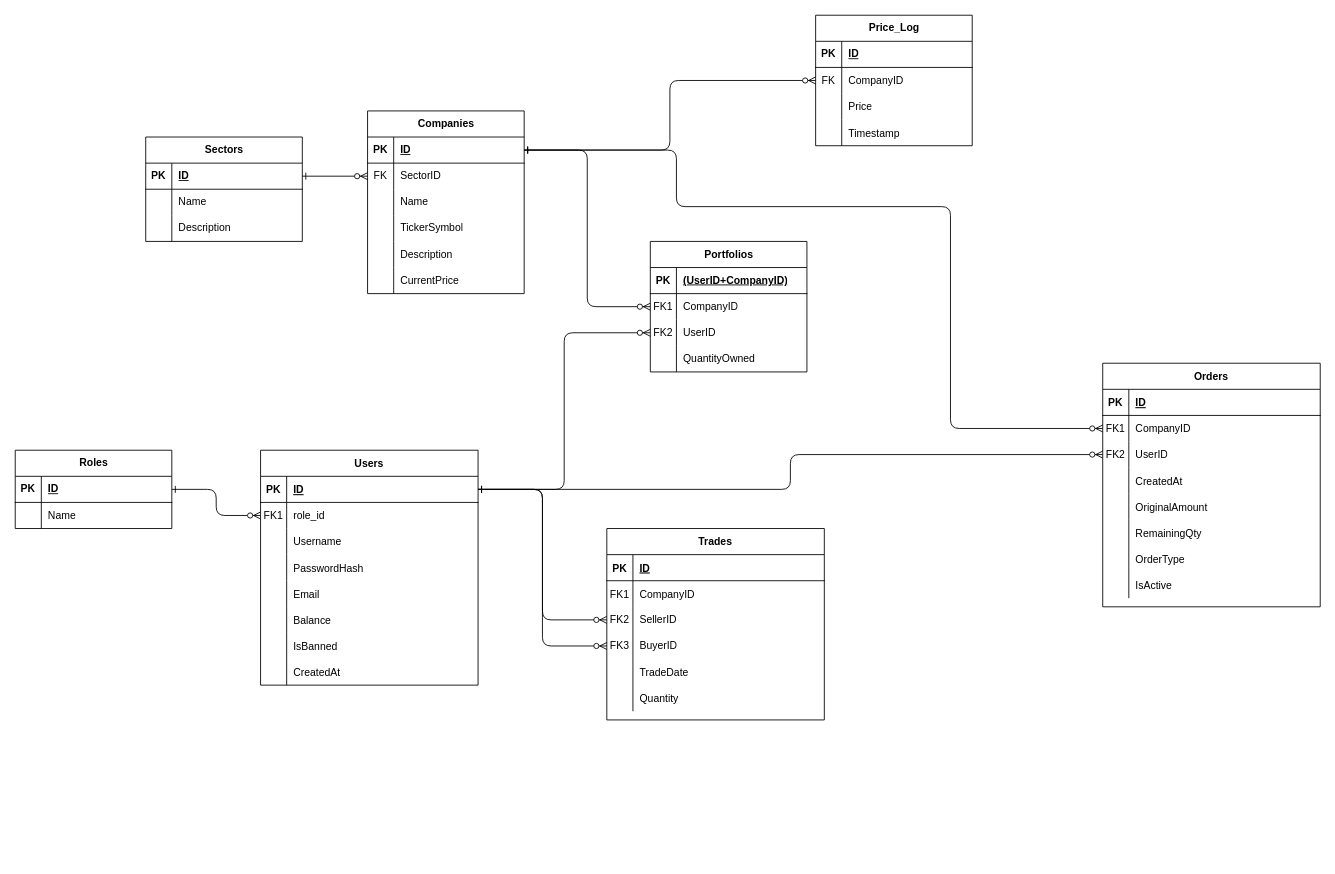
Before: Docs/Diagrams/ER-noDividens.drawio in ksayron/StockLab, a draw.io diagram. Source tidied: cells renumbered, new cells numbered last; positions are measured from the earlier drawing's top-left corner, leaving out a move shared by most shapes. Both pictures are drawn from the tidied source at 87%, with x=0, y=0 at pixel (15, 15).
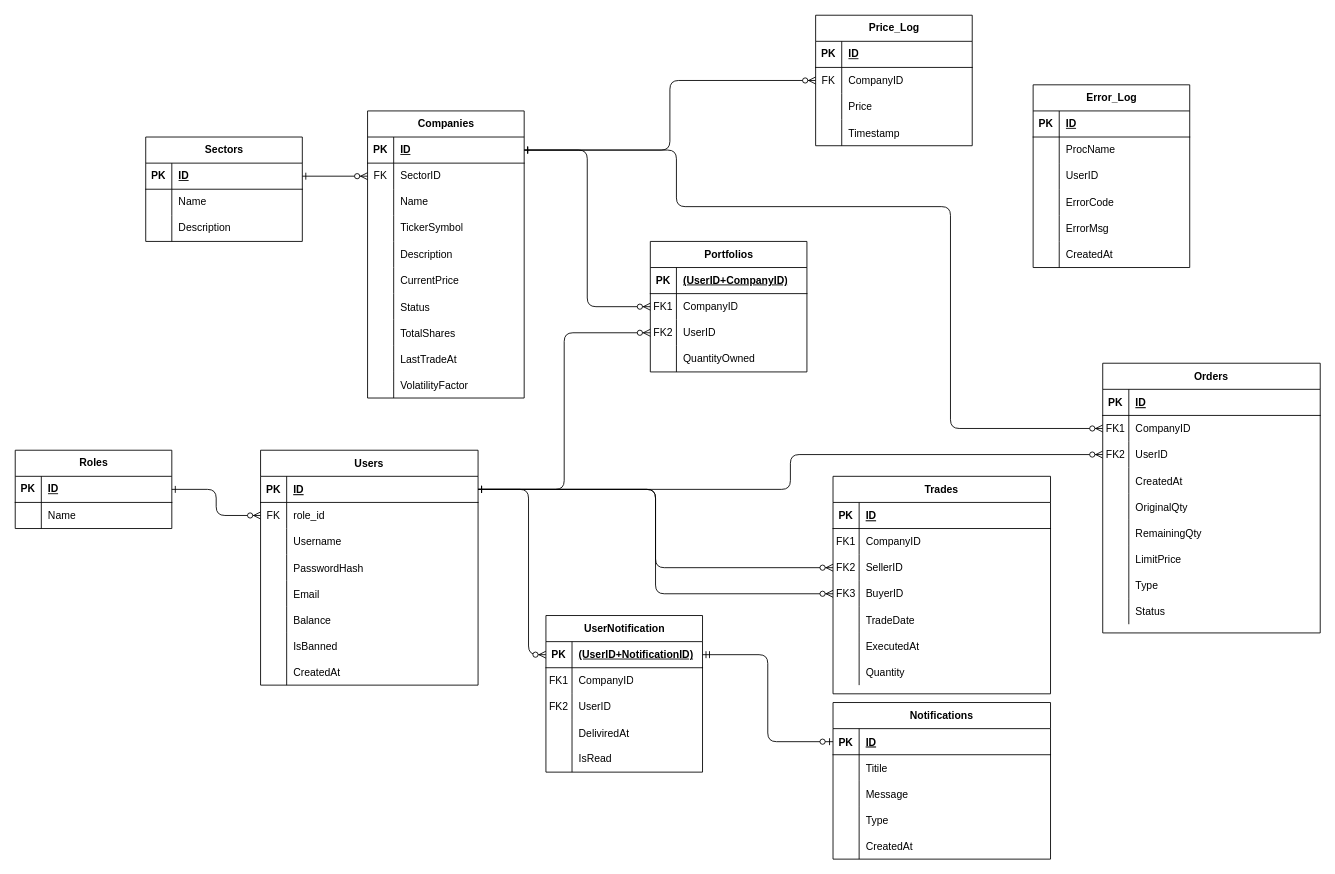
After the change.

Unchanged cells that the change refers to:
```xml
<mxCell id="16" style="shape=tableRow;horizontal=0;startSize=0;swimlaneHead=0;swimlaneBody=0;fillColor=none;top=0;left=0;right=0;bottom=0;" parent="3" vertex="1">
  <mxGeometry y="150" width="250" height="30" as="geometry" />
</mxCell>
<mxCell id="48" style="shape=partialRectangle;fillColor=none;points=[[0,0.5],[1,0.5]];portConstraint=eastwest;top=0;left=0;right=0;bottom=1;" parent="47" vertex="1">
  <mxGeometry y="30" width="250" height="30" as="geometry" />
</mxCell>
<mxCell id="51" style="shape=partialRectangle;fillColor=none;points=[[0,0.5],[1,0.5]];portConstraint=eastwest;top=0;left=0;right=0;bottom=0;" parent="47" vertex="1">
  <mxGeometry y="60" width="250" height="30" as="geometry" />
</mxCell>
```

The edit, as a diff of the source:
```diff
@@
     <mxCell id="3" value="Orders" style="shape=table;startSize=30;childLayout=tableLayout;rowLines=0;fontStyle=1;align=center;" parent="1" vertex="1">
-      <mxGeometry x="1250" y="400" width="250" height="280" as="geometry" />
+      <mxGeometry x="1250" y="400" width="250" height="310" as="geometry" />
     </mxCell>
@@
-    <mxCell id="18" value="OriginalAmount" style="shape=partialRectangle;fillColor=none;top=0;left=0;bottom=0;right=0;align=left;spacingLeft=6;overflow=hidden;" parent="16" vertex="1">
+    <mxCell id="18" value="OriginalQty" style="shape=partialRectangle;fillColor=none;top=0;left=0;bottom=0;right=0;align=left;spacingLeft=6;overflow=hidden;" parent="16" vertex="1">
       <mxGeometry x="30" width="220" height="30" as="geometry" />
     </mxCell>
@@
+    <mxCell id="142" style="shape=tableRow;horizontal=0;startSize=0;swimlaneHead=0;swimlaneBody=0;fillColor=none;top=0;left=0;right=0;bottom=0;" parent="3" vertex="1">
+      <mxGeometry y="210" width="250" height="30" as="geometry" />
+    </mxCell>
+    <mxCell id="143" style="shape=partialRectangle;fillColor=none;top=0;left=0;bottom=0;right=0;overflow=hidden;" parent="142" vertex="1">
+      <mxGeometry width="30" height="30" as="geometry" />
+    </mxCell>
+    <mxCell id="144" value="LimitPrice" style="shape=partialRectangle;fillColor=none;top=0;left=0;bottom=0;right=0;align=left;spacingLeft=6;overflow=hidden;" parent="142" vertex="1">
+      <mxGeometry x="30" width="220" height="30" as="geometry" />
+    </mxCell>
     <mxCell id="22" style="shape=tableRow;horizontal=0;startSize=0;swimlaneHead=0;swimlaneBody=0;fillColor=none;top=0;left=0;right=0;bottom=0;" parent="3" vertex="1">
-      <mxGeometry y="210" width="250" height="30" as="geometry" />
+      <mxGeometry y="240" width="250" height="30" as="geometry" />
     </mxCell>
@@
-    <mxCell id="24" value="OrderType" style="shape=partialRectangle;fillColor=none;top=0;left=0;bottom=0;right=0;align=left;spacingLeft=6;overflow=hidden;" parent="22" vertex="1">
+    <mxCell id="24" value="Type" style="shape=partialRectangle;fillColor=none;top=0;left=0;bottom=0;right=0;align=left;spacingLeft=6;overflow=hidden;" parent="22" vertex="1">
       <mxGeometry x="30" width="220" height="30" as="geometry" />
     </mxCell>
     <mxCell id="25" style="shape=tableRow;horizontal=0;startSize=0;swimlaneHead=0;swimlaneBody=0;fillColor=none;top=0;left=0;right=0;bottom=0;" parent="3" vertex="1">
-      <mxGeometry y="240" width="250" height="30" as="geometry" />
+      <mxGeometry y="270" width="250" height="30" as="geometry" />
     </mxCell>
@@
-    <mxCell id="27" value="IsActive" style="shape=partialRectangle;fillColor=none;top=0;left=0;bottom=0;right=0;align=left;spacingLeft=6;overflow=hidden;" parent="25" vertex="1">
+    <mxCell id="27" value="Status" style="shape=partialRectangle;fillColor=none;top=0;left=0;bottom=0;right=0;align=left;spacingLeft=6;overflow=hidden;" parent="25" vertex="1">
       <mxGeometry x="30" width="220" height="30" as="geometry" />
     </mxCell>
     <mxCell id="28" value="Trades" style="shape=table;startSize=30;childLayout=tableLayout;rowLines=0;fontStyle=1;align=center;" parent="1" vertex="1">
-      <mxGeometry x="680" y="590" width="250" height="220" as="geometry" />
+      <mxGeometry x="940" y="530" width="250" height="250" as="geometry" />
     </mxCell>
@@
+    <mxCell id="145" style="shape=tableRow;horizontal=0;startSize=0;swimlaneHead=0;swimlaneBody=0;fillColor=none;top=0;left=0;right=0;bottom=0;" parent="28" vertex="1">
+      <mxGeometry y="180" width="250" height="30" as="geometry" />
+    </mxCell>
+    <mxCell id="146" style="shape=partialRectangle;fillColor=none;top=0;left=0;bottom=0;right=0;overflow=hidden;" parent="145" vertex="1">
+      <mxGeometry width="30" height="30" as="geometry" />
+    </mxCell>
+    <mxCell id="147" value="ExecutedAt" style="shape=partialRectangle;fillColor=none;top=0;left=0;bottom=0;right=0;align=left;spacingLeft=6;overflow=hidden;" parent="145" vertex="1">
+      <mxGeometry x="30" width="220" height="30" as="geometry" />
+    </mxCell>
     <mxCell id="44" style="shape=tableRow;horizontal=0;startSize=0;swimlaneHead=0;swimlaneBody=0;fillColor=none;top=0;left=0;right=0;bottom=0;" parent="28" vertex="1">
-      <mxGeometry y="180" width="250" height="30" as="geometry" />
+      <mxGeometry y="210" width="250" height="30" as="geometry" />
     </mxCell>
@@
-    <mxCell id="52" value="FK1" style="shape=partialRectangle;overflow=hidden;fillColor=none;top=0;left=0;bottom=0;right=0;" parent="51" vertex="1">
+    <mxCell id="52" value="FK" style="shape=partialRectangle;overflow=hidden;fillColor=none;top=0;left=0;bottom=0;right=0;" parent="51" vertex="1">
       <mxGeometry width="30" height="30" as="geometry" />
     </mxCell>
@@
     <mxCell id="80" value="Companies" style="shape=table;startSize=30;childLayout=tableLayout;rowLines=0;fontStyle=1;align=center;html=1;" parent="1" vertex="1">
-      <mxGeometry x="405" y="110" width="180" height="210" as="geometry" />
+      <mxGeometry x="405" y="110" width="180" height="330" as="geometry" />
     </mxCell>
@@
+    <mxCell id="148" style="shape=tableRow;horizontal=0;startSize=0;swimlaneHead=0;swimlaneBody=0;fillColor=none;top=0;left=0;right=0;bottom=0;" parent="80" vertex="1">
+      <mxGeometry y="210" width="180" height="30" as="geometry" />
+    </mxCell>
+    <mxCell id="149" style="shape=partialRectangle;fillColor=none;top=0;left=0;bottom=0;right=0;overflow=hidden;" parent="148" vertex="1">
+      <mxGeometry width="30" height="30" as="geometry" />
+    </mxCell>
+    <mxCell id="150" value="Status" style="shape=partialRectangle;fillColor=none;top=0;left=0;bottom=0;right=0;align=left;spacingLeft=6;overflow=hidden;" parent="148" vertex="1">
+      <mxGeometry x="30" width="150" height="30" as="geometry" />
+    </mxCell>
+    <mxCell id="151" style="shape=tableRow;horizontal=0;startSize=0;swimlaneHead=0;swimlaneBody=0;fillColor=none;top=0;left=0;right=0;bottom=0;" parent="80" vertex="1">
+      <mxGeometry y="240" width="180" height="30" as="geometry" />
+    </mxCell>
+    <mxCell id="152" style="shape=partialRectangle;fillColor=none;top=0;left=0;bottom=0;right=0;overflow=hidden;" parent="151" vertex="1">
+      <mxGeometry width="30" height="30" as="geometry" />
+    </mxCell>
+    <mxCell id="153" value="TotalShares" style="shape=partialRectangle;fillColor=none;top=0;left=0;bottom=0;right=0;align=left;spacingLeft=6;overflow=hidden;" parent="151" vertex="1">
+      <mxGeometry x="30" width="150" height="30" as="geometry" />
+    </mxCell>
+    <mxCell id="154" style="shape=tableRow;horizontal=0;startSize=0;swimlaneHead=0;swimlaneBody=0;fillColor=none;top=0;left=0;right=0;bottom=0;" parent="80" vertex="1">
+      <mxGeometry y="270" width="180" height="30" as="geometry" />
+    </mxCell>
+    <mxCell id="155" style="shape=partialRectangle;fillColor=none;top=0;left=0;bottom=0;right=0;overflow=hidden;" parent="154" vertex="1">
+      <mxGeometry width="30" height="30" as="geometry" />
+    </mxCell>
+    <mxCell id="156" value="LastTradeAt" style="shape=partialRectangle;fillColor=none;top=0;left=0;bottom=0;right=0;align=left;spacingLeft=6;overflow=hidden;" parent="154" vertex="1">
+      <mxGeometry x="30" width="150" height="30" as="geometry" />
+    </mxCell>
+    <mxCell id="157" style="shape=tableRow;horizontal=0;startSize=0;swimlaneHead=0;swimlaneBody=0;fillColor=none;top=0;left=0;right=0;bottom=0;" parent="80" vertex="1">
+      <mxGeometry y="300" width="180" height="30" as="geometry" />
+    </mxCell>
+    <mxCell id="158" style="shape=partialRectangle;fillColor=none;top=0;left=0;bottom=0;right=0;overflow=hidden;" parent="157" vertex="1">
+      <mxGeometry width="30" height="30" as="geometry" />
+    </mxCell>
+    <mxCell id="159" value="VolatilityFactor" style="shape=partialRectangle;fillColor=none;top=0;left=0;bottom=0;right=0;align=left;spacingLeft=6;overflow=hidden;" parent="157" vertex="1">
+      <mxGeometry x="30" width="150" height="30" as="geometry" />
+    </mxCell>
@@
+    <mxCell id="160" value="Error_Log" style="shape=table;startSize=30;childLayout=tableLayout;rowLines=0;fontStyle=1;align=center;html=1;" parent="1" vertex="1">
+      <mxGeometry x="1170" y="80" width="180" height="210" as="geometry" />
+    </mxCell>
+    <mxCell id="161" style="shape=tableRow;horizontal=0;startSize=0;swimlaneHead=0;swimlaneBody=0;fillColor=none;top=0;left=0;right=0;bottom=1;" parent="160" vertex="1">
+      <mxGeometry y="30" width="180" height="30" as="geometry" />
+    </mxCell>
+    <mxCell id="162" value="PK" style="shape=partialRectangle;fillColor=none;top=0;left=0;bottom=0;right=0;fontStyle=1;overflow=hidden;whiteSpace=wrap;html=1;" parent="161" vertex="1">
+      <mxGeometry width="30" height="30" as="geometry" />
+    </mxCell>
+    <mxCell id="163" value="ID" style="shape=partialRectangle;fillColor=none;top=0;left=0;bottom=0;right=0;align=left;spacingLeft=6;fontStyle=5;overflow=hidden;whiteSpace=wrap;html=1;" parent="161" vertex="1">
+      <mxGeometry x="30" width="150" height="30" as="geometry" />
+    </mxCell>
+    <mxCell id="164" style="shape=tableRow;horizontal=0;startSize=0;swimlaneHead=0;swimlaneBody=0;fillColor=none;top=0;left=0;right=0;bottom=0;" parent="160" vertex="1">
+      <mxGeometry y="60" width="180" height="30" as="geometry" />
+    </mxCell>
+    <mxCell id="165" style="shape=partialRectangle;fillColor=none;top=0;left=0;bottom=0;right=0;overflow=hidden;whiteSpace=wrap;html=1;" parent="164" vertex="1">
+      <mxGeometry width="30" height="30" as="geometry" />
+    </mxCell>
+    <mxCell id="166" value="ProcName" style="shape=partialRectangle;fillColor=none;top=0;left=0;bottom=0;right=0;align=left;spacingLeft=6;overflow=hidden;whiteSpace=wrap;html=1;" parent="164" vertex="1">
+      <mxGeometry x="30" width="150" height="30" as="geometry" />
+    </mxCell>
+    <mxCell id="167" style="shape=tableRow;horizontal=0;startSize=0;swimlaneHead=0;swimlaneBody=0;fillColor=none;top=0;left=0;right=0;bottom=0;" parent="160" vertex="1">
+      <mxGeometry y="90" width="180" height="30" as="geometry" />
+    </mxCell>
+    <mxCell id="168" style="shape=partialRectangle;fillColor=none;top=0;left=0;bottom=0;right=0;overflow=hidden;whiteSpace=wrap;html=1;" parent="167" vertex="1">
+      <mxGeometry width="30" height="30" as="geometry" />
+    </mxCell>
+    <mxCell id="169" value="UserID" style="shape=partialRectangle;fillColor=none;top=0;left=0;bottom=0;right=0;align=left;spacingLeft=6;overflow=hidden;whiteSpace=wrap;html=1;" parent="167" vertex="1">
+      <mxGeometry x="30" width="150" height="30" as="geometry" />
+    </mxCell>
+    <mxCell id="170" style="shape=tableRow;horizontal=0;startSize=0;swimlaneHead=0;swimlaneBody=0;fillColor=none;top=0;left=0;right=0;bottom=0;" parent="160" vertex="1">
+      <mxGeometry y="120" width="180" height="30" as="geometry" />
+    </mxCell>
+    <mxCell id="171" style="shape=partialRectangle;fillColor=none;top=0;left=0;bottom=0;right=0;overflow=hidden;" parent="170" vertex="1">
+      <mxGeometry width="30" height="30" as="geometry" />
+    </mxCell>
+    <mxCell id="172" value="ErrorCode" style="shape=partialRectangle;fillColor=none;top=0;left=0;bottom=0;right=0;align=left;spacingLeft=6;overflow=hidden;" parent="170" vertex="1">
+      <mxGeometry x="30" width="150" height="30" as="geometry" />
+    </mxCell>
+    <mxCell id="173" style="shape=tableRow;horizontal=0;startSize=0;swimlaneHead=0;swimlaneBody=0;fillColor=none;top=0;left=0;right=0;bottom=0;" parent="160" vertex="1">
+      <mxGeometry y="150" width="180" height="30" as="geometry" />
+    </mxCell>
+    <mxCell id="174" style="shape=partialRectangle;fillColor=none;top=0;left=0;bottom=0;right=0;overflow=hidden;" parent="173" vertex="1">
+      <mxGeometry width="30" height="30" as="geometry" />
+    </mxCell>
+    <mxCell id="175" value="ErrorMsg" style="shape=partialRectangle;fillColor=none;top=0;left=0;bottom=0;right=0;align=left;spacingLeft=6;overflow=hidden;" parent="173" vertex="1">
+      <mxGeometry x="30" width="150" height="30" as="geometry" />
+    </mxCell>
+    <mxCell id="176" style="shape=tableRow;horizontal=0;startSize=0;swimlaneHead=0;swimlaneBody=0;fillColor=none;top=0;left=0;right=0;bottom=0;" parent="160" vertex="1">
+      <mxGeometry y="180" width="180" height="30" as="geometry" />
+    </mxCell>
+    <mxCell id="177" style="shape=partialRectangle;fillColor=none;top=0;left=0;bottom=0;right=0;overflow=hidden;" parent="176" vertex="1">
+      <mxGeometry width="30" height="30" as="geometry" />
+    </mxCell>
+    <mxCell id="178" value="CreatedAt" style="shape=partialRectangle;fillColor=none;top=0;left=0;bottom=0;right=0;align=left;spacingLeft=6;overflow=hidden;" parent="176" vertex="1">
+      <mxGeometry x="30" width="150" height="30" as="geometry" />
+    </mxCell>
+    <mxCell id="179" value="Notifications" style="shape=table;startSize=30;childLayout=tableLayout;rowLines=0;fontStyle=1;align=center;" parent="1" vertex="1">
+      <mxGeometry x="940" y="790" width="250" height="180" as="geometry" />
+    </mxCell>
+    <mxCell id="180" style="shape=partialRectangle;fillColor=none;points=[[0,0.5],[1,0.5]];portConstraint=eastwest;top=0;left=0;right=0;bottom=1;" parent="179" vertex="1">
+      <mxGeometry y="30" width="250" height="30" as="geometry" />
+    </mxCell>
+    <mxCell id="181" value="PK" style="shape=partialRectangle;overflow=hidden;fillColor=none;top=0;left=0;bottom=0;right=0;fontStyle=1;" parent="180" vertex="1">
+      <mxGeometry width="30" height="30" as="geometry" />
+    </mxCell>
+    <mxCell id="182" value="ID" style="shape=partialRectangle;overflow=hidden;fillColor=none;top=0;left=0;bottom=0;right=0;align=left;spacingLeft=6;fontStyle=5;" parent="180" vertex="1">
+      <mxGeometry x="30" width="220" height="30" as="geometry" />
+    </mxCell>
+    <mxCell id="183" style="shape=partialRectangle;fillColor=none;top=0;left=0;right=0;bottom=0;" parent="179" vertex="1">
+      <mxGeometry y="60" width="250" height="30" as="geometry" />
+    </mxCell>
+    <mxCell id="184" style="shape=partialRectangle;overflow=hidden;fillColor=none;top=0;left=0;bottom=0;right=0;" parent="183" vertex="1">
+      <mxGeometry width="30" height="30" as="geometry" />
+    </mxCell>
+    <mxCell id="185" value="Titile" style="shape=partialRectangle;overflow=hidden;fillColor=none;top=0;left=0;bottom=0;right=0;align=left;spacingLeft=6;" parent="183" vertex="1">
+      <mxGeometry x="30" width="220" height="30" as="geometry" />
+    </mxCell>
+    <mxCell id="186" style="shape=partialRectangle;fillColor=none;top=0;left=0;right=0;bottom=0;" parent="179" vertex="1">
+      <mxGeometry y="90" width="250" height="30" as="geometry" />
+    </mxCell>
+    <mxCell id="187" style="shape=partialRectangle;overflow=hidden;fillColor=none;top=0;left=0;bottom=0;right=0;" parent="186" vertex="1">
+      <mxGeometry width="30" height="30" as="geometry" />
+    </mxCell>
+    <mxCell id="188" value="Message" style="shape=partialRectangle;overflow=hidden;fillColor=none;top=0;left=0;bottom=0;right=0;align=left;spacingLeft=6;" parent="186" vertex="1">
+      <mxGeometry x="30" width="220" height="30" as="geometry" />
+    </mxCell>
+    <mxCell id="189" style="shape=partialRectangle;fillColor=none;top=0;left=0;right=0;bottom=0;" parent="179" vertex="1">
+      <mxGeometry y="120" width="250" height="30" as="geometry" />
+    </mxCell>
+    <mxCell id="190" style="shape=partialRectangle;overflow=hidden;fillColor=none;top=0;left=0;bottom=0;right=0;" parent="189" vertex="1">
+      <mxGeometry width="30" height="30" as="geometry" />
+    </mxCell>
+    <mxCell id="191" value="Type" style="shape=partialRectangle;overflow=hidden;fillColor=none;top=0;left=0;bottom=0;right=0;align=left;spacingLeft=6;" parent="189" vertex="1">
+      <mxGeometry x="30" width="220" height="30" as="geometry" />
+    </mxCell>
+    <mxCell id="192" style="shape=partialRectangle;fillColor=none;top=0;left=0;right=0;bottom=0;" parent="179" vertex="1">
+      <mxGeometry y="150" width="250" height="30" as="geometry" />
+    </mxCell>
+    <mxCell id="193" style="shape=partialRectangle;overflow=hidden;fillColor=none;top=0;left=0;bottom=0;right=0;" parent="192" vertex="1">
+      <mxGeometry width="30" height="30" as="geometry" />
+    </mxCell>
+    <mxCell id="194" value="CreatedAt" style="shape=partialRectangle;overflow=hidden;fillColor=none;top=0;left=0;bottom=0;right=0;align=left;spacingLeft=6;" parent="192" vertex="1">
+      <mxGeometry x="30" width="220" height="30" as="geometry" />
+    </mxCell>
+    <mxCell id="195" value="UserNotification" style="shape=table;startSize=30;childLayout=tableLayout;rowLines=0;fontStyle=1;align=center;html=1;" parent="1" vertex="1">
+      <mxGeometry x="610" y="690" width="180" height="180" as="geometry" />
+    </mxCell>
+    <mxCell id="196" style="shape=tableRow;horizontal=0;startSize=0;swimlaneHead=0;swimlaneBody=0;fillColor=none;points=[[0,0.5],[1,0.5]];portConstraint=eastwest;top=0;left=0;right=0;bottom=1;" parent="195" vertex="1">
+      <mxGeometry y="30" width="180" height="30" as="geometry" />
+    </mxCell>
+    <mxCell id="197" value="PK" style="shape=partialRectangle;fillColor=none;top=0;left=0;bottom=0;right=0;fontStyle=1;overflow=hidden;whiteSpace=wrap;html=1;" parent="196" vertex="1">
+      <mxGeometry width="30" height="30" as="geometry" />
+    </mxCell>
+    <mxCell id="198" value="(UserID+NotificationID)" style="shape=partialRectangle;fillColor=none;top=0;left=0;bottom=0;right=0;align=left;spacingLeft=6;fontStyle=5;overflow=hidden;whiteSpace=wrap;html=1;" parent="196" vertex="1">
+      <mxGeometry x="30" width="150" height="30" as="geometry" />
+    </mxCell>
+    <mxCell id="199" style="shape=tableRow;horizontal=0;startSize=0;swimlaneHead=0;swimlaneBody=0;fillColor=none;top=0;left=0;right=0;bottom=0;" parent="195" vertex="1">
+      <mxGeometry y="60" width="180" height="30" as="geometry" />
+    </mxCell>
+    <mxCell id="200" value="FK1" style="shape=partialRectangle;fillColor=none;top=0;left=0;bottom=0;right=0;fontStyle=0;overflow=hidden;whiteSpace=wrap;html=1;" parent="199" vertex="1">
+      <mxGeometry width="30" height="30" as="geometry" />
+    </mxCell>
+    <mxCell id="201" value="CompanyID" style="shape=partialRectangle;fillColor=none;top=0;left=0;bottom=0;right=0;align=left;spacingLeft=6;fontStyle=0;overflow=hidden;whiteSpace=wrap;html=1;" parent="199" vertex="1">
+      <mxGeometry x="30" width="150" height="30" as="geometry" />
+    </mxCell>
+    <mxCell id="202" style="shape=tableRow;horizontal=0;startSize=0;swimlaneHead=0;swimlaneBody=0;fillColor=none;top=0;left=0;right=0;bottom=0;" parent="195" vertex="1">
+      <mxGeometry y="90" width="180" height="30" as="geometry" />
+    </mxCell>
+    <mxCell id="203" value="FK2" style="shape=partialRectangle;fillColor=none;top=0;left=0;bottom=0;right=0;fontStyle=0;overflow=hidden;whiteSpace=wrap;html=1;" parent="202" vertex="1">
+      <mxGeometry width="30" height="30" as="geometry" />
+    </mxCell>
+    <mxCell id="204" value="UserID" style="shape=partialRectangle;fillColor=none;top=0;left=0;bottom=0;right=0;align=left;spacingLeft=6;fontStyle=0;overflow=hidden;whiteSpace=wrap;html=1;" parent="202" vertex="1">
+      <mxGeometry x="30" width="150" height="30" as="geometry" />
+    </mxCell>
+    <mxCell id="205" style="shape=tableRow;horizontal=0;startSize=0;swimlaneHead=0;swimlaneBody=0;fillColor=none;top=0;left=0;right=0;bottom=0;" parent="195" vertex="1">
+      <mxGeometry y="120" width="180" height="30" as="geometry" />
+    </mxCell>
+    <mxCell id="206" style="shape=partialRectangle;fillColor=none;top=0;left=0;bottom=0;right=0;overflow=hidden;" parent="205" vertex="1">
+      <mxGeometry width="30" height="30" as="geometry" />
+    </mxCell>
+    <mxCell id="207" value="DeliviredAt" style="shape=partialRectangle;fillColor=none;top=0;left=0;bottom=0;right=0;align=left;spacingLeft=6;overflow=hidden;" parent="205" vertex="1">
+      <mxGeometry x="30" width="150" height="30" as="geometry" />
+    </mxCell>
+    <mxCell id="208" style="shape=tableRow;horizontal=0;startSize=0;swimlaneHead=0;swimlaneBody=0;fillColor=none;top=0;left=0;right=0;bottom=0;" parent="195" vertex="1">
+      <mxGeometry y="150" width="180" height="30" as="geometry" />
+    </mxCell>
+    <mxCell id="209" style="shape=partialRectangle;fillColor=none;top=0;left=0;bottom=0;right=0;overflow=hidden;whiteSpace=wrap;html=1;" parent="208" vertex="1">
+      <mxGeometry width="30" height="30" as="geometry" />
+    </mxCell>
+    <mxCell id="210" value="IsRead" style="shape=partialRectangle;fillColor=none;top=0;left=0;bottom=0;right=0;align=left;spacingLeft=6;overflow=hidden;whiteSpace=wrap;html=1;" parent="208" vertex="1">
+      <mxGeometry x="30" width="150" height="30" as="geometry" />
+    </mxCell>
+    <mxCell id="211" style="edgeStyle=orthogonalEdgeStyle;endArrow=ERzeroToMany;startArrow=ERone;endFill=1;startFill=0;entryX=0;entryY=0.5;entryDx=0;entryDy=0;exitX=1;exitY=0.5;exitDx=0;exitDy=0;" parent="1" edge="1" source="48" target="196">
+      <mxGeometry relative="1" as="geometry">
+        <Array as="points">
+          <mxPoint x="590" y="545" />
+          <mxPoint x="590" y="735" />
+        </Array>
+      </mxGeometry>
+    </mxCell>
+    <mxCell id="212" style="edgeStyle=orthogonalEdgeStyle;fontSize=12;html=1;endArrow=ERzeroToOne;startArrow=ERmandOne;rounded=1;exitX=1;exitY=0.5;exitDx=0;exitDy=0;entryX=0;entryY=0.5;entryDx=0;entryDy=0;curved=0;" parent="1" edge="1" source="196" target="180">
+      <mxGeometry relative="1" as="geometry" />
+    </mxCell>
```
